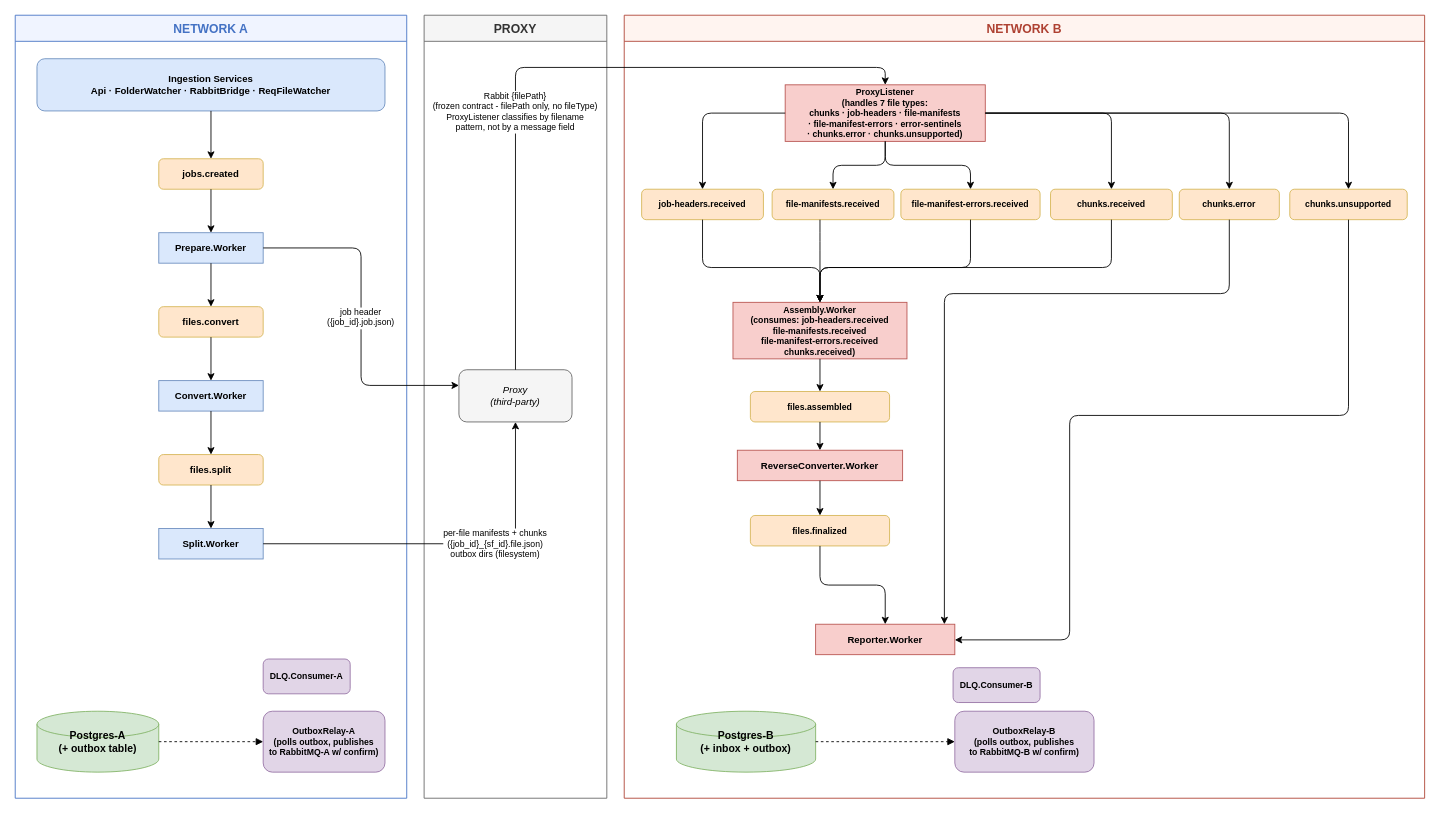
ImriHarlev/Dintinct keeps this draw.io diagram as docs/architecture-v3.drawio. Above is the earlier version. Source tidied: cells renumbered, new cells numbered last; positions are measured from the earlier drawing's top-left corner, leaving out a move shared by most shapes. Both pictures are drawn from the tidied source at 87%, with x=0, y=0 at pixel (15, 15).
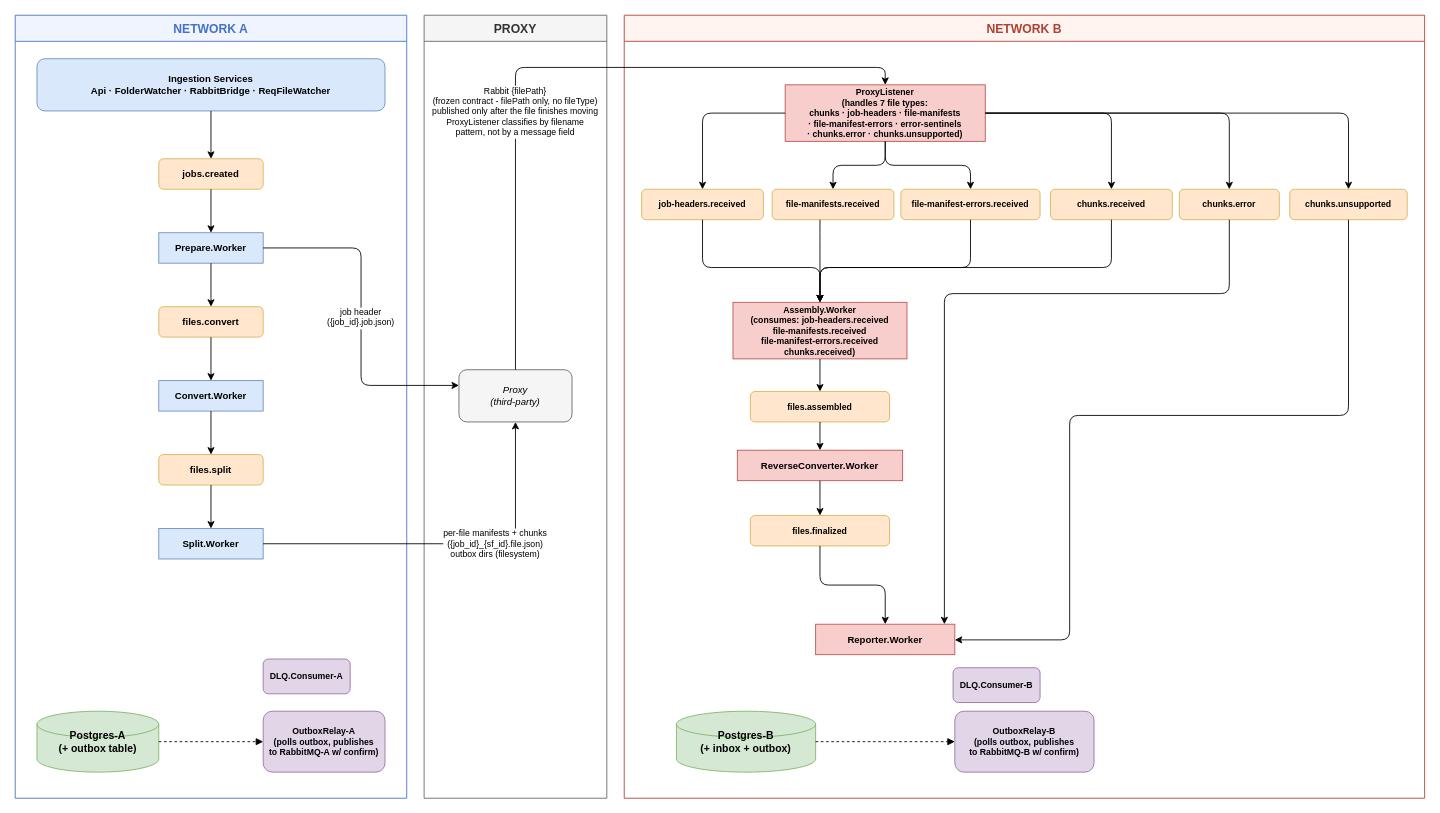
The same page after the edit.

Commit message (it also covers changes not shown here):
check-point for Rabbit 3.13

Unchanged cells that the change refers to:
```xml
<mxCell id="21" value="Proxy&#10;(third-party)" style="rounded=1;whiteSpace=wrap;fillColor=#f5f5f5;strokeColor=#666666;fontStyle=2;fontSize=11;" parent="20" vertex="1">
  <mxGeometry x="40" y="407.5" width="130" height="60" as="geometry" />
</mxCell>
<mxCell id="25" value="ProxyListener&#10;(handles 7 file types:&#10;chunks · job-headers · file-manifests&#10;· file-manifest-errors · error-sentinels&#10;· chunks.error · chunks.unsupported)" style="rounded=0;fillColor=#f8cecc;strokeColor=#b85450;fontStyle=1;fontSize=10;" parent="24" vertex="1">
  <mxGeometry x="185" y="80" width="230" height="65" as="geometry" />
</mxCell>
```

Diff of the diagram source:
```diff
@@
-    <mxCell id="57" value="Rabbit {filePath}&#10;(frozen contract - filePath only, no fileType)&#10;ProxyListener classifies by filename&#10;pattern, not by a message field" style="edgeStyle=orthogonalEdgeStyle;fontSize=10;entryX=0.5;entryY=0;entryDx=0;entryDy=0;" parent="1" edge="1" source="21" target="25">
+    <mxCell id="57" value="Rabbit {filePath}&#10;(frozen contract - filePath only, no fileType)&#10;published only after the file finishes moving&#10;ProxyListener classifies by filename&#10;pattern, not by a message field" style="edgeStyle=orthogonalEdgeStyle;fontSize=10;entryX=0.5;entryY=0;entryDx=0;entryDy=0;" parent="1" edge="1" source="21" target="25">
       <mxGeometry x="-0.25" relative="1" as="geometry">
         <Array as="points">
           <mxPoint x="575" y="60" />
           <mxPoint x="1000" y="60" />
         </Array>
       </mxGeometry>
     </mxCell>
```
